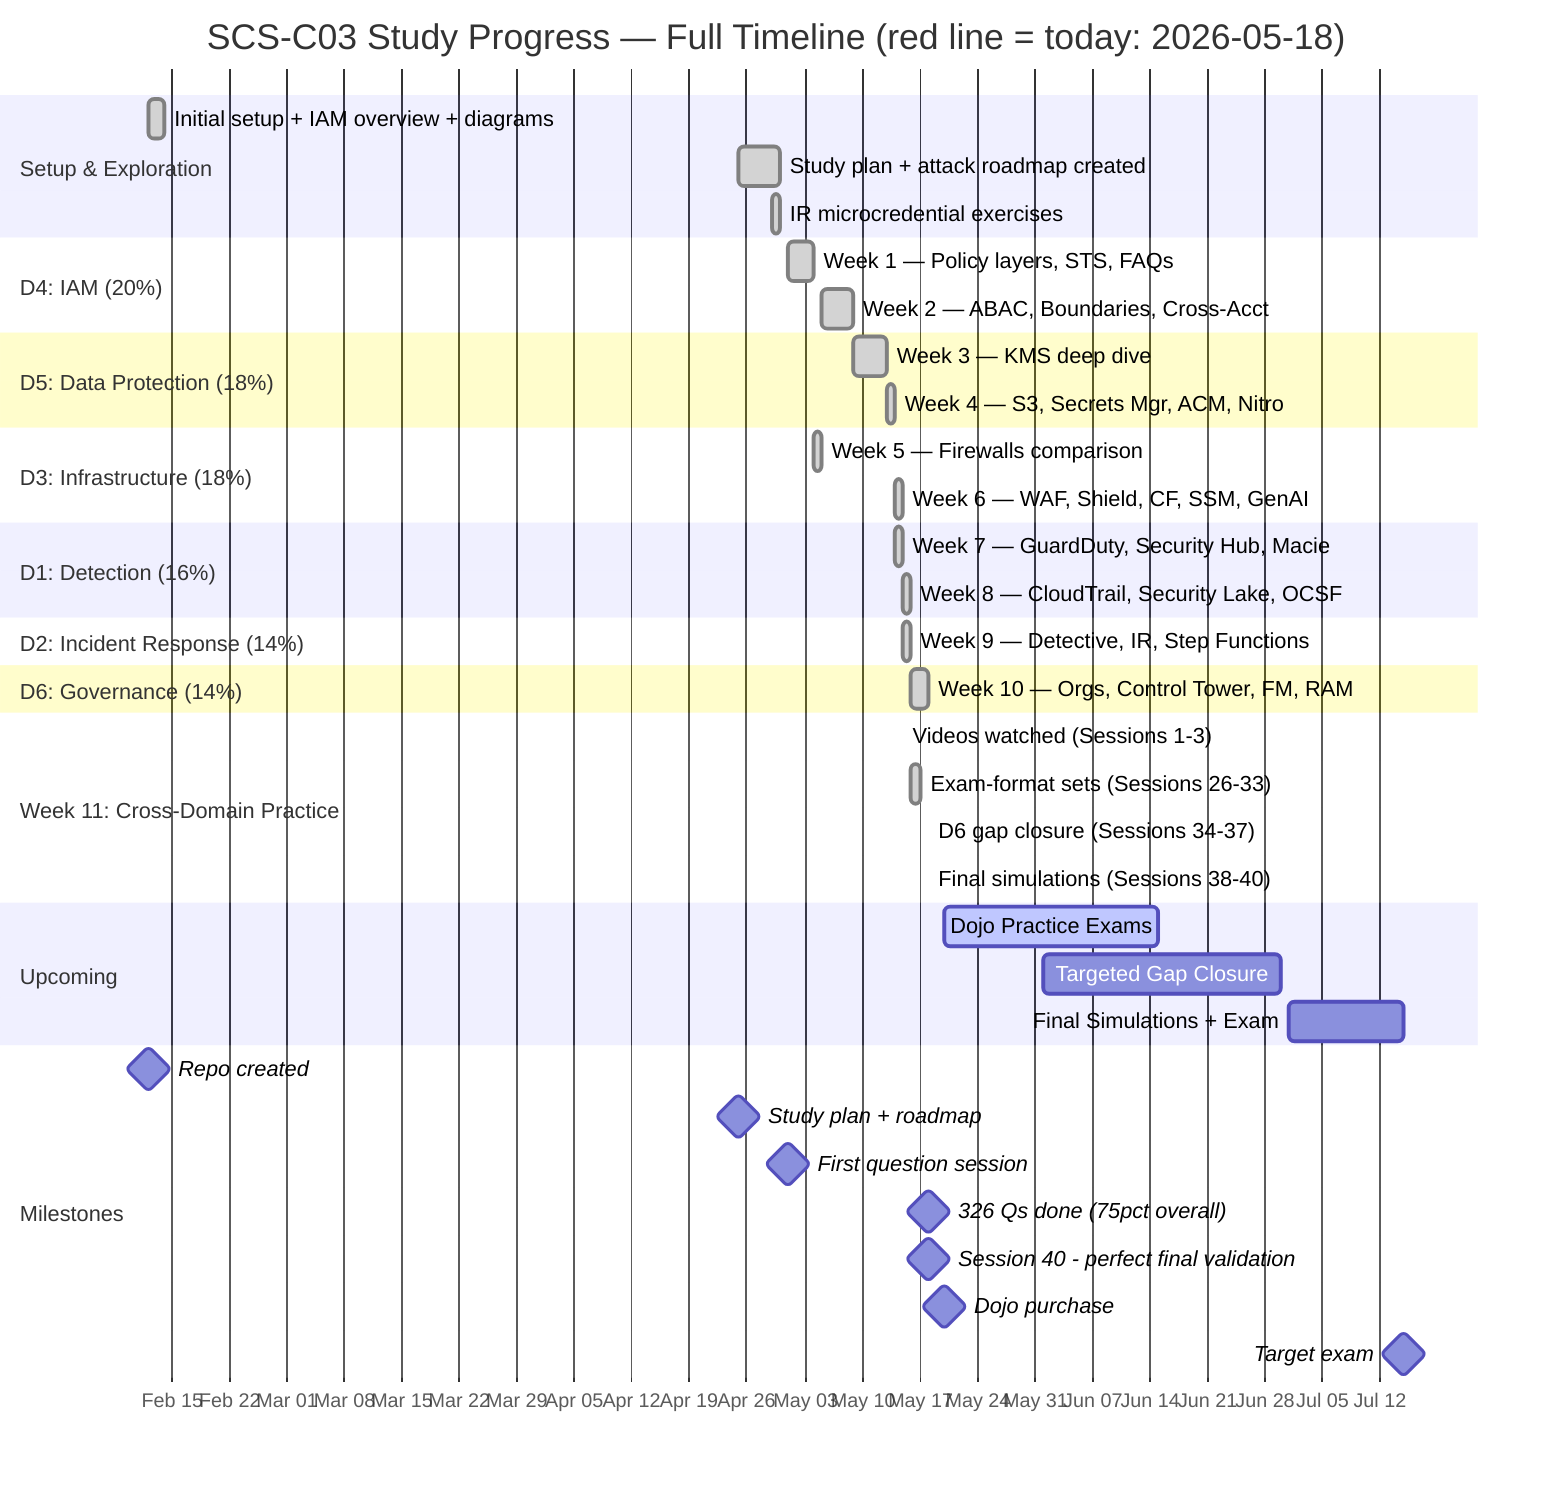
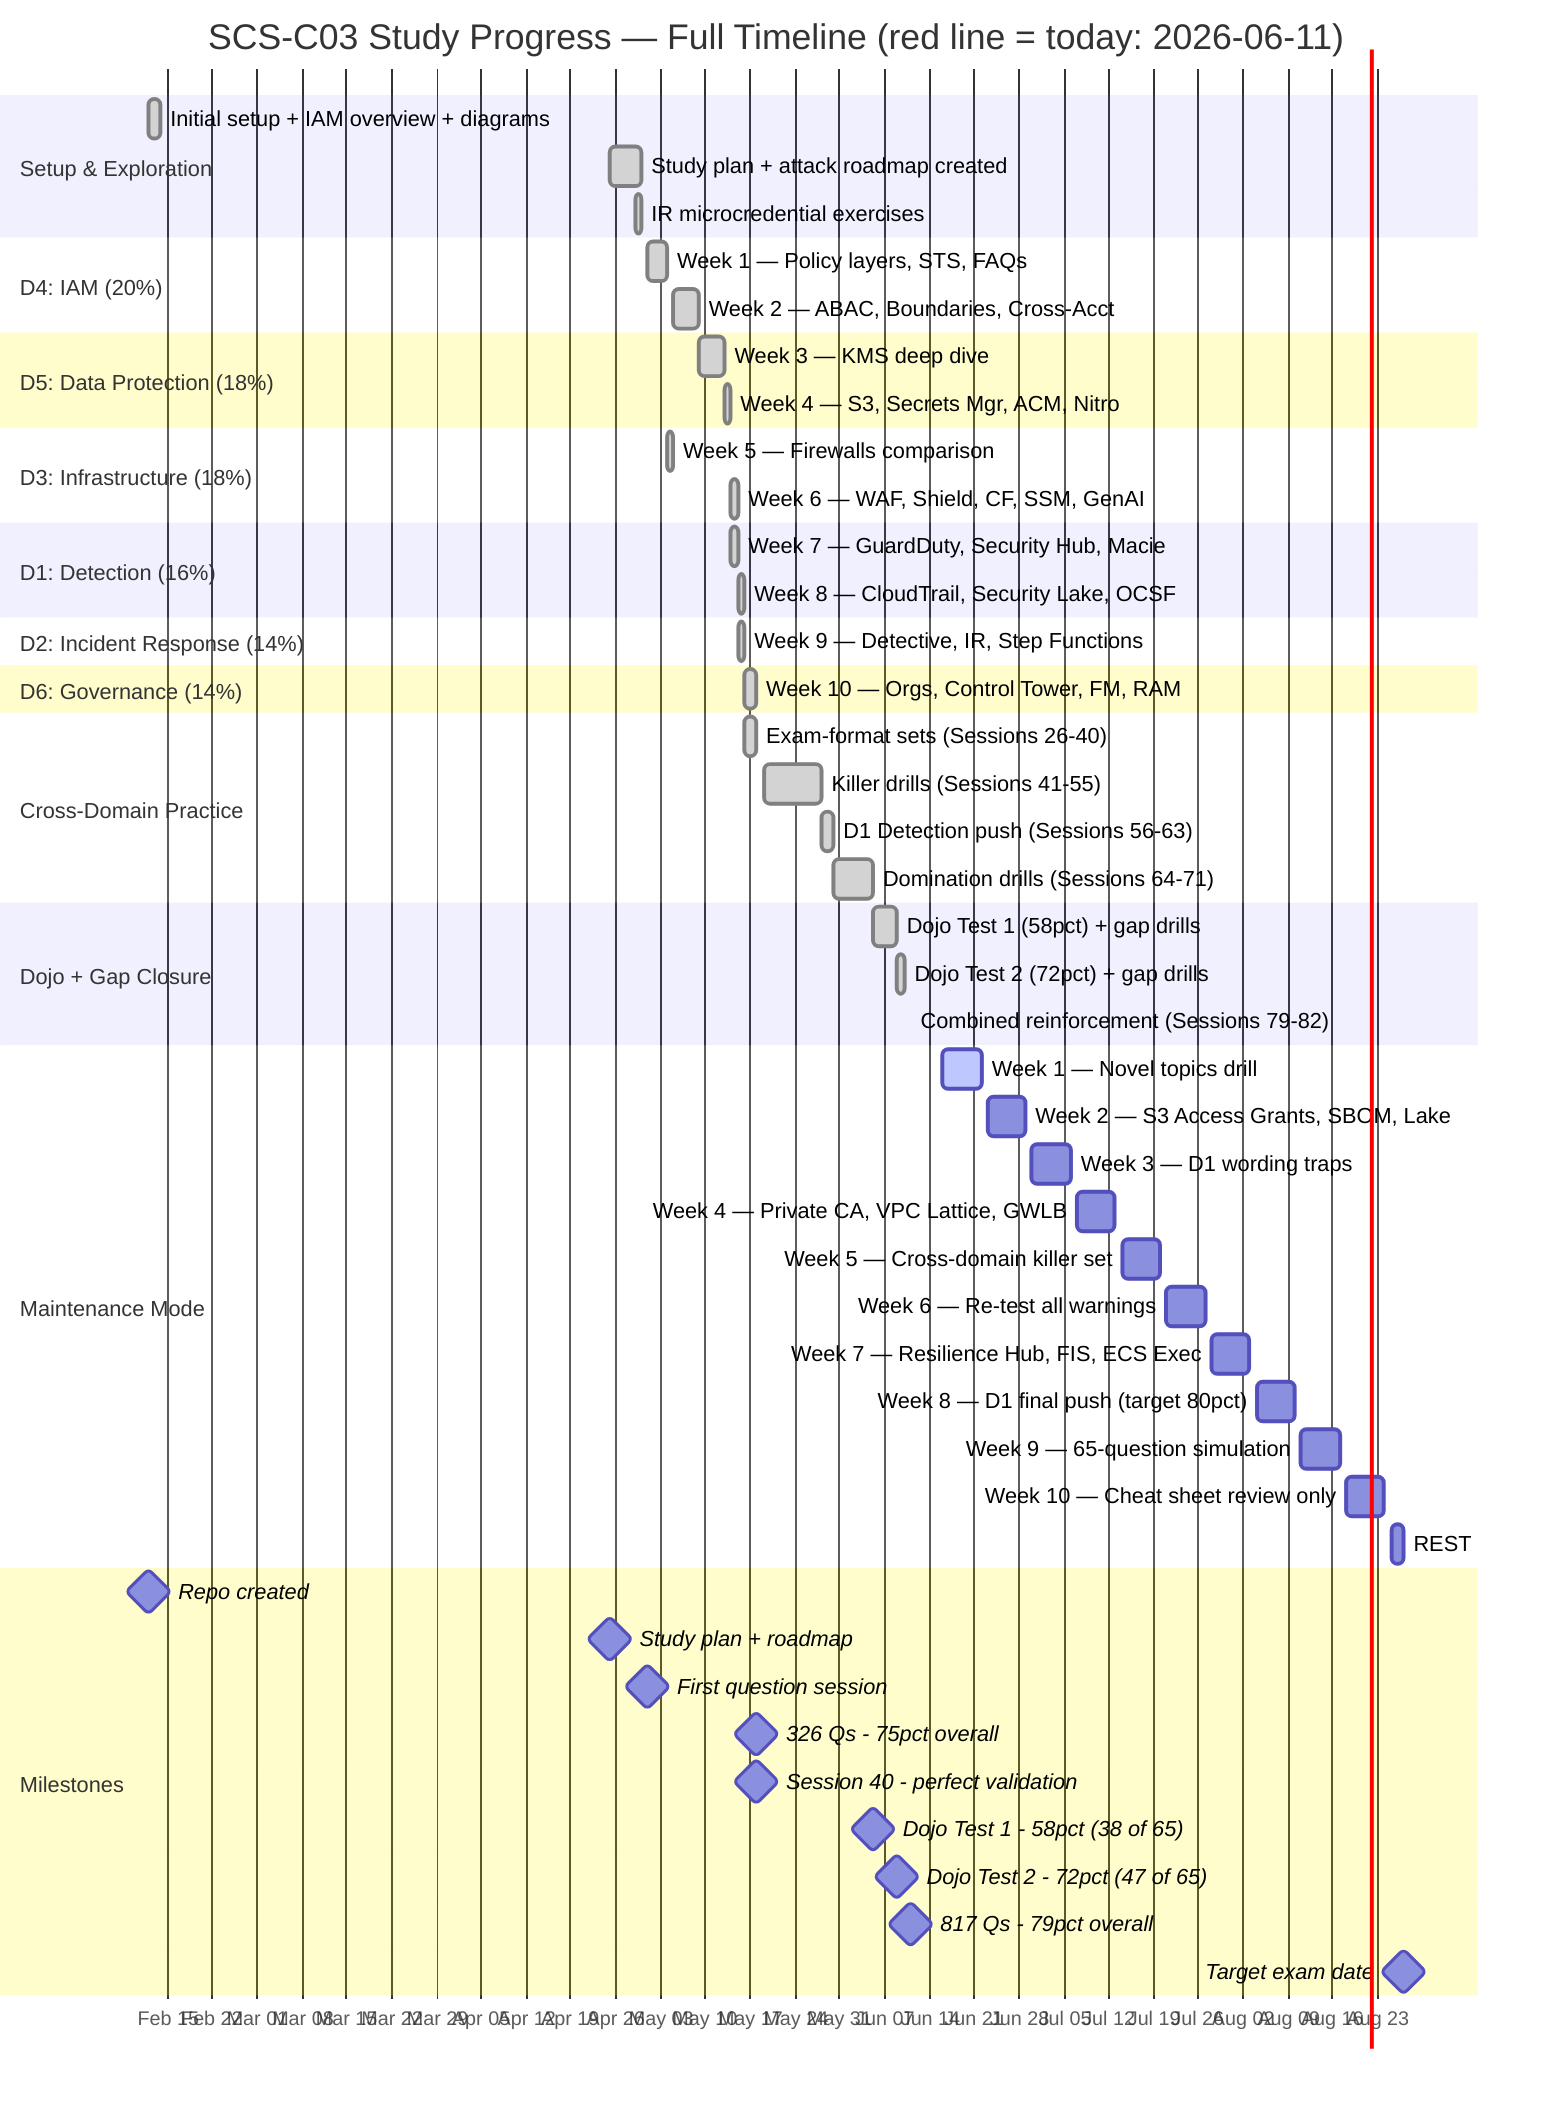
gantt
-     title SCS-C03 Study Progress — Full Timeline (red line = today: 2026-05-18)
+     title SCS-C03 Study Progress — Full Timeline (red line = today: 2026-06-11)
    dateFormat YYYY-MM-DD
    axisFormat %b %d
    tickInterval 1week

    section Setup & Exploration
    Initial setup + IAM overview + diagrams  :done, setup, 2026-02-12, 2026-02-14
    Study plan + attack roadmap created      :done, plan, 2026-04-25, 2026-04-30
    IR microcredential exercises             :done, ir_micro, 2026-04-29, 2026-04-30

    section D4: IAM (20%)
    Week 1 — Policy layers, STS, FAQs        :done, w1, 2026-05-01, 2026-05-04
    Week 2 — ABAC, Boundaries, Cross-Acct    :done, w2, 2026-05-05, 2026-05-09

    section D5: Data Protection (18%)
    Week 3 — KMS deep dive                   :done, w3, 2026-05-09, 2026-05-13
    Week 4 — S3, Secrets Mgr, ACM, Nitro     :done, w4, 2026-05-13, 2026-05-14

    section D3: Infrastructure (18%)
    Week 5 — Firewalls comparison            :done, w5, 2026-05-04, 2026-05-05
    Week 6 — WAF, Shield, CF, SSM, GenAI     :done, w6, 2026-05-14, 2026-05-15

    section D1: Detection (16%)
    Week 7 — GuardDuty, Security Hub, Macie  :done, w7, 2026-05-14, 2026-05-15
    Week 8 — CloudTrail, Security Lake, OCSF :done, w8, 2026-05-15, 2026-05-16

    section D2: Incident Response (14%)
    Week 9 — Detective, IR, Step Functions   :done, w9, 2026-05-15, 2026-05-16

    section D6: Governance (14%)
    Week 10 — Orgs, Control Tower, FM, RAM   :done, w10, 2026-05-16, 2026-05-18

-     section Week 11: Cross-Domain Practice
-     Videos watched (Sessions 1-3)            :done, vid, 2026-05-15, 2026-05-15
-     Exam-format sets (Sessions 26-33)        :done, w11a, 2026-05-16, 2026-05-17
-     D6 gap closure (Sessions 34-37)          :done, w11b, 2026-05-18, 2026-05-18
-     Final simulations (Sessions 38-40)       :done, w11c, 2026-05-18, 2026-05-18
+     section Cross-Domain Practice
+     Exam-format sets (Sessions 26-40)        :done, w11a, 2026-05-16, 2026-05-18
+     Killer drills (Sessions 41-55)           :done, w11b, 2026-05-19, 2026-05-28
+     D1 Detection push (Sessions 56-63)       :done, w11c, 2026-05-28, 2026-05-30
+     Domination drills (Sessions 64-71)       :done, w11d, 2026-05-30, 2026-06-05

-     section Upcoming
-     Dojo Practice Exams                      :active, dojo, 2026-05-20, 2026-06-15
-     Targeted Gap Closure                     :gaps, 2026-06-01, 2026-06-30
-     Final Simulations + Exam                 :exam, 2026-07-01, 2026-07-15
+     section Dojo + Gap Closure
+     Dojo Test 1 (58pct) + gap drills         :done, dojo1, 2026-06-05, 2026-06-09
+     Dojo Test 2 (72pct) + gap drills         :done, dojo2, 2026-06-09, 2026-06-10
+     Combined reinforcement (Sessions 79-82)  :done, reinf, 2026-06-11, 2026-06-11
+ 
+     section Maintenance Mode
+     Week 1 — Novel topics drill              :active, mw1, 2026-06-16, 2026-06-22
+     Week 2 — S3 Access Grants, SBOM, Lake    :mw2, 2026-06-23, 2026-06-29
+     Week 3 — D1 wording traps                :mw3, 2026-06-30, 2026-07-06
+     Week 4 — Private CA, VPC Lattice, GWLB   :mw4, 2026-07-07, 2026-07-13
+     Week 5 — Cross-domain killer set         :mw5, 2026-07-14, 2026-07-20
+     Week 6 — Re-test all warnings            :mw6, 2026-07-21, 2026-07-27
+     Week 7 — Resilience Hub, FIS, ECS Exec   :mw7, 2026-07-28, 2026-08-03
+     Week 8 — D1 final push (target 80pct)    :mw8, 2026-08-04, 2026-08-10
+     Week 9 — 65-question simulation          :mw9, 2026-08-11, 2026-08-17
+     Week 10 — Cheat sheet review only        :mw10, 2026-08-18, 2026-08-24
+     REST                                     :mw11, 2026-08-25, 2026-08-27

    section Milestones
    Repo created                             :milestone, m0, 2026-02-12, 0d
    Study plan + roadmap                     :milestone, m1, 2026-04-25, 0d
    First question session                   :milestone, m2, 2026-05-01, 0d
-     326 Qs done (75pct overall)              :milestone, m3, 2026-05-18, 0d
-     Session 40 - perfect final validation    :milestone, m4, 2026-05-18, 0d
-     Dojo purchase                            :milestone, m5, 2026-05-20, 0d
-     Target exam                              :milestone, m6, 2026-07-15, 0d
+     326 Qs - 75pct overall                   :milestone, m3, 2026-05-18, 0d
+     Session 40 - perfect validation          :milestone, m4, 2026-05-18, 0d
+     Dojo Test 1 - 58pct (38 of 65)           :milestone, m5, 2026-06-05, 0d
+     Dojo Test 2 - 72pct (47 of 65)           :milestone, m6, 2026-06-09, 0d
+     817 Qs - 79pct overall                   :milestone, m7, 2026-06-11, 0d
+     Target exam date                         :milestone, m8, 2026-08-27, 0d
